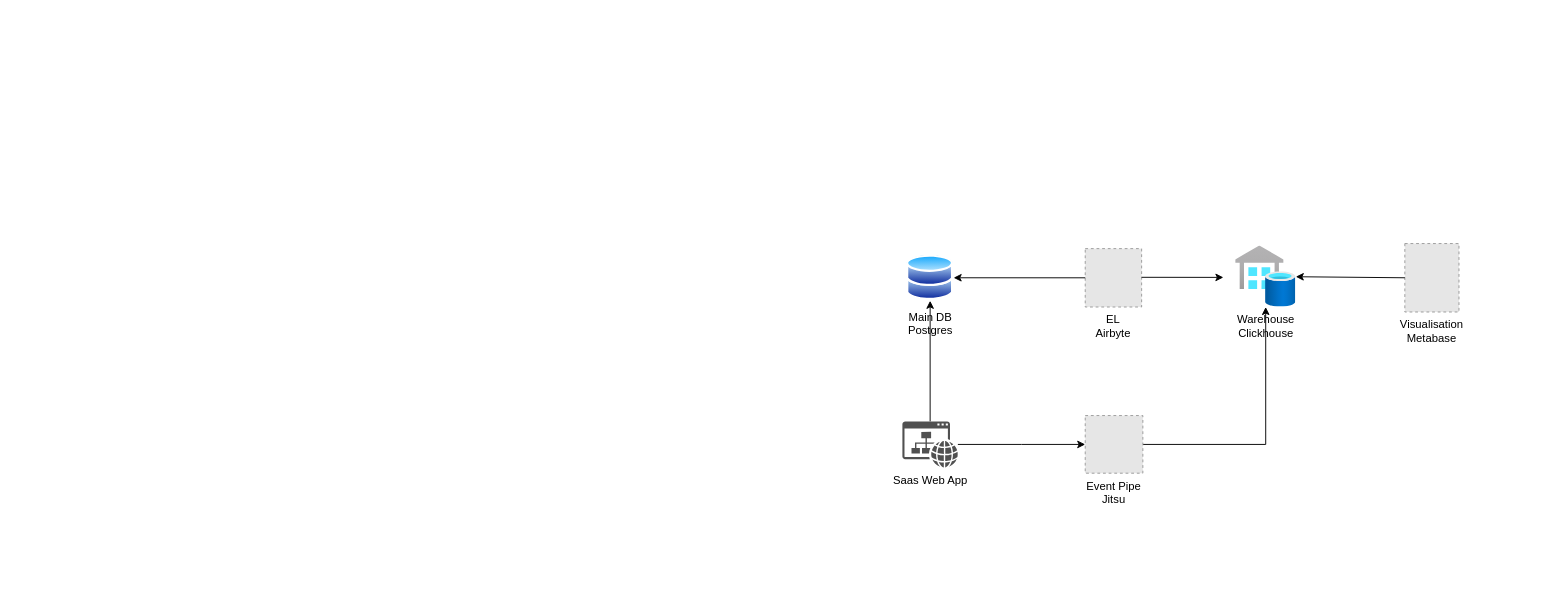
TLazarevic/saas-analytics-solution keeps this draw.io diagram as diagrams_and_spec/Architecture_diagram.drawio. Above is the earlier version. Source tidied: cells renumbered, new cells numbered last; positions are measured from the earlier drawing's top-left corner, leaving out a move shared by most shapes. Both pictures are drawn from the tidied source at 94%, with x=0, y=0 at pixel (902, 243). Pictures stored in the file or linked from it are replaced by grey dashed boxes.
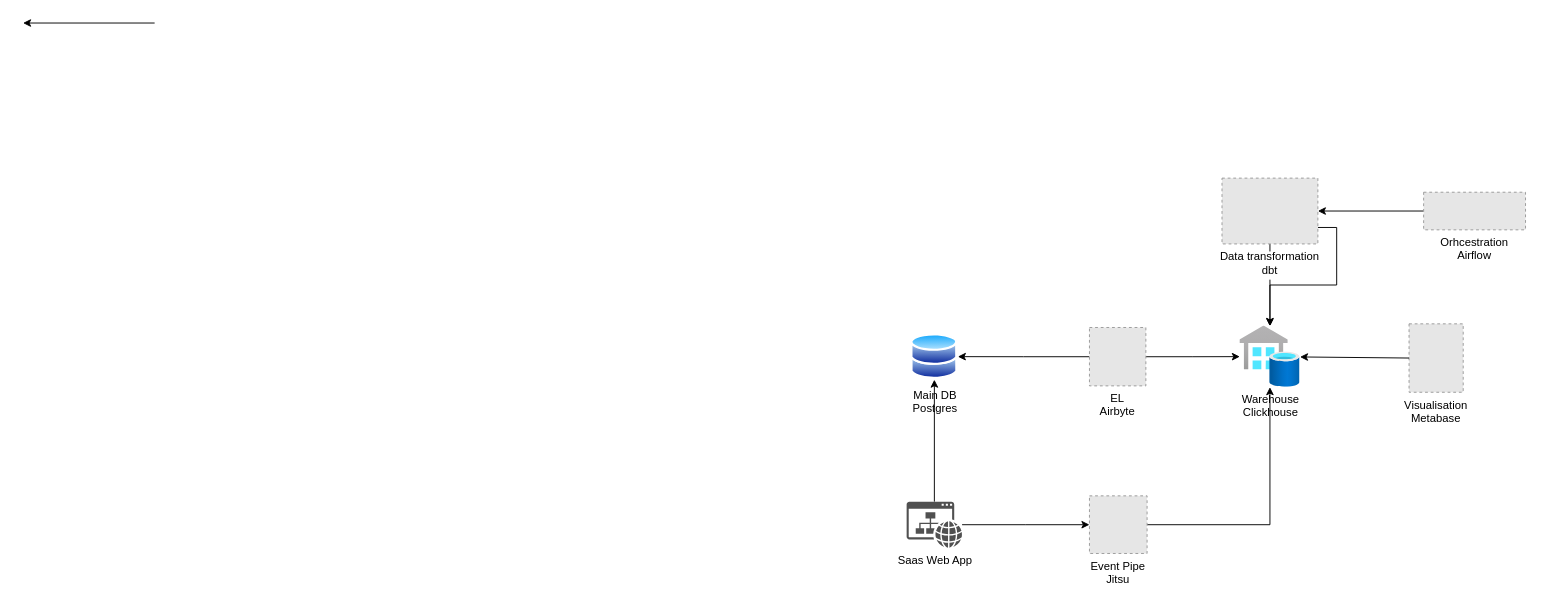
Above is the later version.

Change to the diagram source:
```diff
@@
     <mxCell id="2" value="Main DB&lt;br&gt;Postgres" style="image;perimeter=ellipsePerimeter;html=1;align=center;shadow=0;dashed=0;spacingTop=3;image=img/lib/active_directory/databases.svg;" parent="1" vertex="1">
-      <mxGeometry x="4" y="11.5" width="50" height="49" as="geometry" />
+      <mxGeometry x="8.5" y="95.4" width="50" height="49" as="geometry" />
     </mxCell>
     <mxCell id="3" value="Warehouse&lt;br&gt;Clickhouse" style="image;html=1;points=[];align=center;fontSize=12;image=img/lib/azure2/integration/SQL_Data_Warehouses.svg;" parent="1" vertex="1">
-      <mxGeometry x="354" y="2.1" width="64" height="65" as="geometry" />
+      <mxGeometry x="358.5" y="87.4" width="64" height="65" as="geometry" />
     </mxCell>
     <mxCell id="4" value="Visualisation&#10;Metabase" style="fillColor=#E6E6E6;strokeColor=#999999;dashed=1;verticalLabelPosition=bottom;labelBackgroundColor=default;verticalAlign=top;" parent="1" vertex="1">
-      <mxGeometry x="534" y="-0.4" width="57.6" height="72.8" as="geometry" />
+      <mxGeometry x="538.5" y="85" width="57.6" height="72.8" as="geometry" />
     </mxCell>
+    <mxCell id="14" style="edgeStyle=orthogonalEdgeStyle;rounded=0;jettySize=auto;html=1;" parent="1" edge="1" source="5" target="3">
+      <mxGeometry relative="1" as="geometry" />
+    </mxCell>
+    <mxCell id="15" style="edgeStyle=orthogonalEdgeStyle;rounded=0;jettySize=auto;html=1;entryX=1;entryY=0.5;entryDx=0;entryDy=0;" parent="1" edge="1" source="5" target="2">
+      <mxGeometry relative="1" as="geometry" />
+    </mxCell>
     <mxCell id="5" value="EL&#10;Airbyte" style="fillColor=#E6E6E6;strokeColor=#999999;dashed=1;verticalLabelPosition=bottom;labelBackgroundColor=default;verticalAlign=top;" parent="1" vertex="1">
-      <mxGeometry x="194" y="5" width="60" height="62.1" as="geometry" />
+      <mxGeometry x="198.5" y="88.9" width="60" height="62.1" as="geometry" />
     </mxCell>
-    <mxCell id="6" style="endArrow=classic;html=1;rounded=0;entryX=-0.047;entryY=0.585;entryDx=0;entryDy=0;entryPerimeter=0;" parent="1" edge="1">
-      <mxGeometry relative="1" as="geometry">
-        <mxPoint x="254" y="35.5" as="sourcePoint" />
-        <mxPoint x="341" y="35.6" as="targetPoint" />
-      </mxGeometry>
-    </mxCell>
-    <mxCell id="7" style="endArrow=classic;html=1;rounded=0;entryX=1;entryY=0.5;entryDx=0;entryDy=0;" parent="1" edge="1" source="5" target="2">
-      <mxGeometry relative="1" as="geometry" />
+    <mxCell id="7" style="endArrow=classic;html=1;rounded=0;entryX=1;entryY=0.5;entryDx=0;entryDy=0;" parent="1" edge="1">
+      <mxGeometry relative="1" as="geometry">
+        <mxPoint x="-796" y="-235" as="sourcePoint" />
+        <mxPoint x="-936" y="-235" as="targetPoint" />
+      </mxGeometry>
     </mxCell>
@@
     <mxCell id="11" value="Saas Web App" style="sketch=0;shadow=0;dashed=0;html=1;strokeColor=none;fillColor=#505050;labelPosition=center;verticalLabelPosition=bottom;verticalAlign=top;outlineConnect=0;align=center;shape=mxgraph.office.concepts.website;" parent="1" vertex="1">
-      <mxGeometry x="-0.5" y="188.8" width="59" height="49" as="geometry" />
+      <mxGeometry x="4" y="274.2" width="59" height="49" as="geometry" />
     </mxCell>
@@
     <mxCell id="13" value="Event Pipe&#10;Jitsu" style="fillColor=#E6E6E6;strokeColor=#999999;dashed=1;verticalLabelPosition=bottom;labelBackgroundColor=default;verticalAlign=top;" parent="1" vertex="1">
-      <mxGeometry x="194" y="182.6" width="61.3" height="61.3" as="geometry" />
+      <mxGeometry x="198.5" y="268" width="61.3" height="61.3" as="geometry" />
     </mxCell>
+    <mxCell id="16" style="edgeStyle=orthogonalEdgeStyle;rounded=0;jettySize=auto;html=1;" parent="1" edge="1" source="18" target="3">
+      <mxGeometry relative="1" as="geometry" />
+    </mxCell>
+    <mxCell id="17" style="edgeStyle=orthogonalEdgeStyle;rounded=0;jettySize=auto;html=1;exitX=1;exitY=0.75;exitDx=0;exitDy=0;" parent="1" edge="1" source="18" target="3">
+      <mxGeometry relative="1" as="geometry" />
+    </mxCell>
+    <mxCell id="18" value="Data transformation&#10;dbt" style="fillColor=#E6E6E6;strokeColor=#999999;dashed=1;verticalLabelPosition=bottom;labelBackgroundColor=default;verticalAlign=top;" parent="1" vertex="1">
+      <mxGeometry x="339.5" y="-70" width="102" height="70" as="geometry" />
+    </mxCell>
+    <mxCell id="19" style="edgeStyle=orthogonalEdgeStyle;rounded=0;jettySize=auto;html=1;" parent="1" edge="1" source="20" target="18">
+      <mxGeometry relative="1" as="geometry" />
+    </mxCell>
+    <mxCell id="20" value="Orhcestration&#10;Airflow" style="fillColor=#E6E6E6;strokeColor=#999999;dashed=1;verticalLabelPosition=bottom;labelBackgroundColor=default;verticalAlign=top;" parent="1" vertex="1">
+      <mxGeometry x="554" y="-55" width="108.4" height="40" as="geometry" />
+    </mxCell>
```
